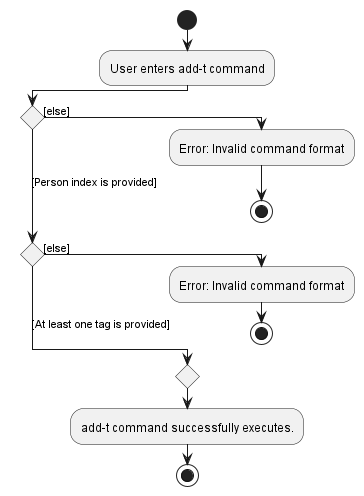
The PlantUML diagram docs/images/AddTagToPersonCommandActivityDiagram.png in nus-cs2103-AY2223S2/tp, before a commit. Source of this version:
```plantuml
@startuml
!pragma useVerticalIf on
start
:User enters add-t command;
if () then ([else])
  :Error: Invalid command format;
  stop
([Person index is provided]) elseif () then ([else])
  :Error: Invalid command format;
  stop
 else ([At least one tag is provided])
endif
  :add-t command successfully executes.;
stop

@enduml
```
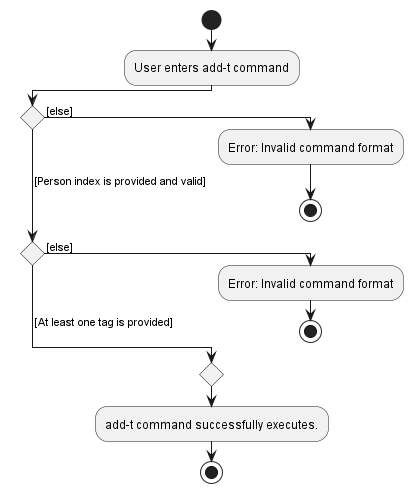
Above is the later version.

Change to the diagram source:
```diff
@@ -2,13 +2,13 @@
 !pragma useVerticalIf on
 start
 :User enters add-t command;
-if () then ([else])
+if () then ( [else])
   :Error: Invalid command format;
   stop
-([Person index is provided]) elseif () then ([else])
+( [Person index is provided and valid]) elseif () then ( [else])
   :Error: Invalid command format;
   stop
- else ([At least one tag is provided])
+ else ( [At least one tag is provided])
 endif
   :add-t command successfully executes.;
 stop
```
